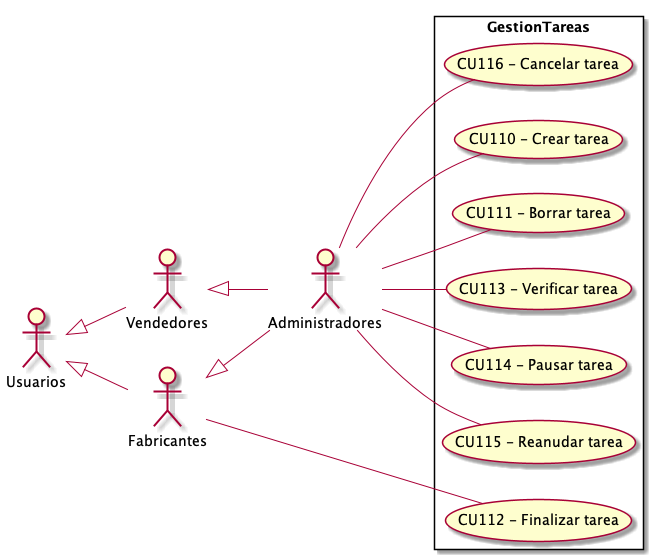
This is Informe Final/Imagenes/ModeladoDeCasosDeUso/DiagramaDeCasosDeUso/GestionTareas.png from ZMGestion/DocumentacionZMGestion, a PlantUML export, as it was before one commit.
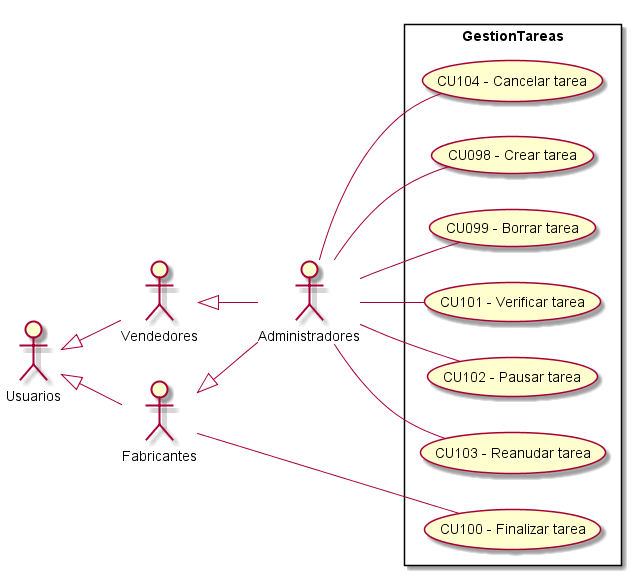
The same diagram one commit later.

Diff of the diagram source:
```diff
@@ -13,13 +13,13 @@
  left to right direction
 
 rectangle GestionTareas{
-    UseCase "CU110 - Crear tarea" as C
-    UseCase "CU111 - Borrar tarea" as B
-    UseCase "CU112 - Finalizar tarea" as Finalizar
-    UseCase "CU113 - Verificar tarea" as Verificar
-    UseCase "CU114 - Pausar tarea" as Pausar
-    UseCase "CU115 - Reanudar tarea" as Reanudar
-    UseCase "CU116 - Cancelar tarea" as Cancelar
+    UseCase "CU098 - Crear tarea" as C
+    UseCase "CU099 - Borrar tarea" as B
+    UseCase "CU100 - Finalizar tarea" as Finalizar
+    UseCase "CU101 - Verificar tarea" as Verificar
+    UseCase "CU102 - Pausar tarea" as Pausar
+    UseCase "CU103 - Reanudar tarea" as Reanudar
+    UseCase "CU104 - Cancelar tarea" as Cancelar
 }
     Administradores -- C
     Administradores -- B
```
